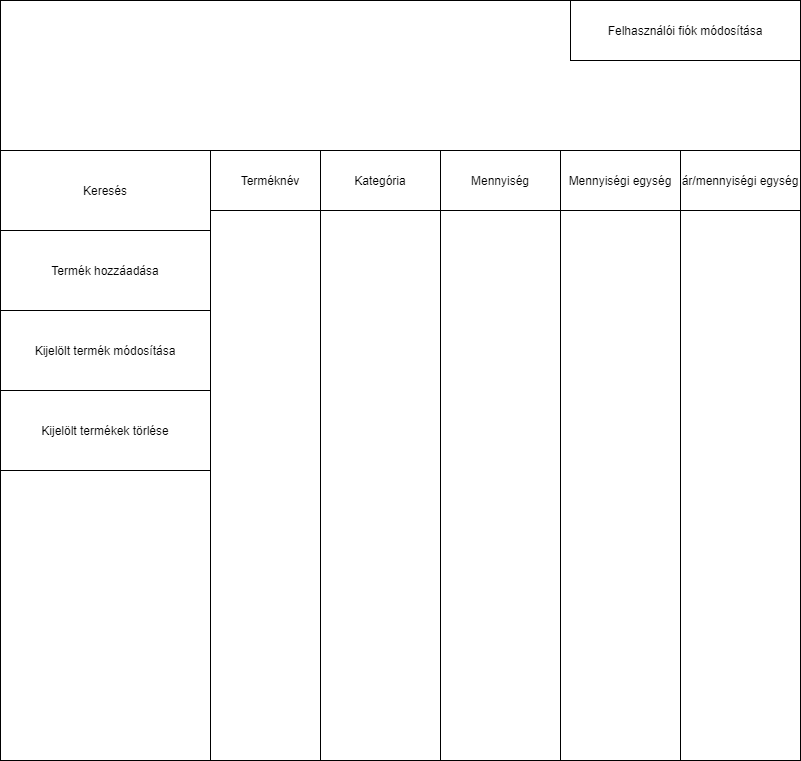
The draw.io diagram pictures/Bejelentkezett Képernyő.drawio.png in utassydenis/AFP2021_1_K0800_Csapat4, before a commit. Source tidied: cells renumbered, new cells last; positions are measured from the earlier drawing's top-left corner, leaving out a move shared by most shapes. Source of this version:
```xml
<mxGraphModel>
  <root>
    <mxCell id="0" />
    <mxCell id="1" parent="0" />
    <mxCell id="2" style="rounded=0;whiteSpace=wrap;html=1;" parent="1" vertex="1">
      <mxGeometry y="150" width="800" height="610" as="geometry" />
    </mxCell>
    <mxCell id="3" value="Terméknév" style="rounded=0;whiteSpace=wrap;html=1;" parent="1" vertex="1">
      <mxGeometry x="210" y="150" width="120" height="60" as="geometry" />
    </mxCell>
    <mxCell id="4" value="Kategória" style="rounded=0;whiteSpace=wrap;html=1;" parent="1" vertex="1">
      <mxGeometry x="320" y="150" width="120" height="60" as="geometry" />
    </mxCell>
    <mxCell id="5" value="Mennyiség" style="rounded=0;whiteSpace=wrap;html=1;" parent="1" vertex="1">
      <mxGeometry x="440" y="150" width="120" height="60" as="geometry" />
    </mxCell>
    <mxCell id="6" value="Mennyiségi egység" style="rounded=0;whiteSpace=wrap;html=1;" parent="1" vertex="1">
      <mxGeometry x="560" y="150" width="120" height="60" as="geometry" />
    </mxCell>
    <mxCell id="7" value="ár/mennyiségi egység" style="rounded=0;whiteSpace=wrap;html=1;" parent="1" vertex="1">
      <mxGeometry x="680" y="150" width="120" height="60" as="geometry" />
    </mxCell>
    <mxCell id="8" style="rounded=0;whiteSpace=wrap;html=1;fontStyle=0;" parent="1" vertex="1">
      <mxGeometry width="800" height="150" as="geometry" />
    </mxCell>
    <mxCell id="9" style="rounded=0;whiteSpace=wrap;html=1;" parent="1" vertex="1">
      <mxGeometry x="210" y="210" width="110" height="550" as="geometry" />
    </mxCell>
    <mxCell id="10" style="rounded=0;whiteSpace=wrap;html=1;" parent="1" vertex="1">
      <mxGeometry x="320" y="210" width="120" height="550" as="geometry" />
    </mxCell>
    <mxCell id="11" style="rounded=0;whiteSpace=wrap;html=1;" parent="1" vertex="1">
      <mxGeometry x="440" y="210" width="120" height="550" as="geometry" />
    </mxCell>
    <mxCell id="12" style="rounded=0;whiteSpace=wrap;html=1;" parent="1" vertex="1">
      <mxGeometry x="560" y="210" width="120" height="550" as="geometry" />
    </mxCell>
    <mxCell id="13" style="rounded=0;whiteSpace=wrap;html=1;" parent="1" vertex="1">
      <mxGeometry x="680" y="210" width="120" height="550" as="geometry" />
    </mxCell>
    <mxCell id="14" value="Keresés" style="rounded=0;whiteSpace=wrap;html=1;" parent="1" vertex="1">
      <mxGeometry y="150" width="210" height="80" as="geometry" />
    </mxCell>
    <mxCell id="15" value="Felhasználói fiók módosítása" style="rounded=0;whiteSpace=wrap;html=1;" parent="1" vertex="1">
      <mxGeometry x="570" width="230" height="60" as="geometry" />
    </mxCell>
    <mxCell id="16" value="Termék hozzáadása" style="rounded=0;whiteSpace=wrap;html=1;" parent="1" vertex="1">
      <mxGeometry y="230" width="210" height="80" as="geometry" />
    </mxCell>
    <mxCell id="17" value="Kijelölt termék módosítása" style="rounded=0;whiteSpace=wrap;html=1;" parent="1" vertex="1">
      <mxGeometry y="310" width="210" height="80" as="geometry" />
    </mxCell>
    <mxCell id="18" value="Kijelölt termékek törlése" style="rounded=0;whiteSpace=wrap;html=1;" parent="1" vertex="1">
      <mxGeometry y="390" width="210" height="80" as="geometry" />
    </mxCell>
  </root>
</mxGraphModel>
```
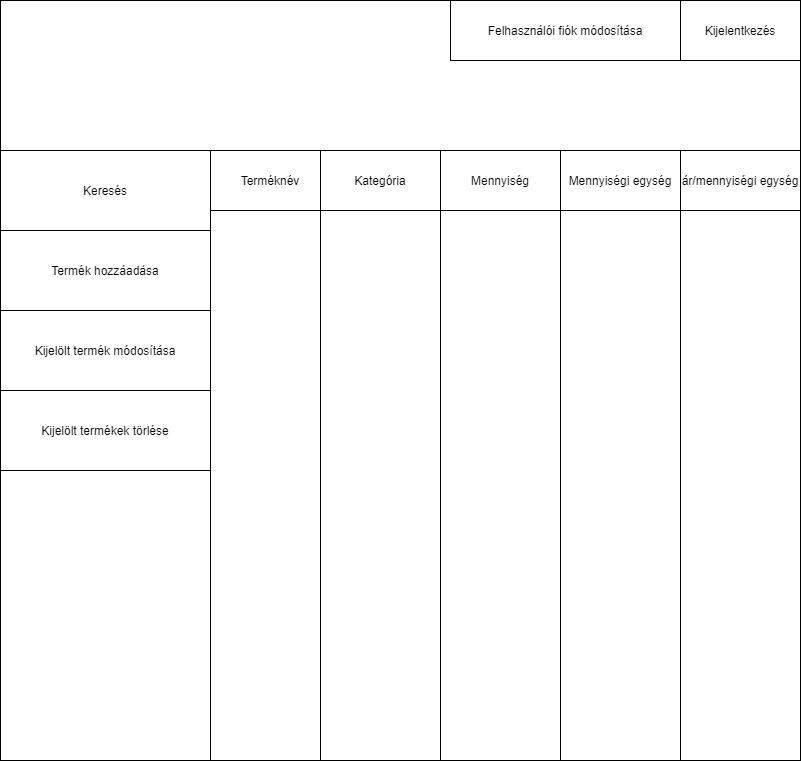
The same diagram one commit later.

Commit message:
Added logout button to the screen view plan to home page when logged in.

Diff of the diagram source:
```diff
@@ -42,7 +42,7 @@
       <mxGeometry y="150" width="210" height="80" as="geometry" />
     </mxCell>
     <mxCell id="15" value="Felhasználói fiók módosítása" style="rounded=0;whiteSpace=wrap;html=1;" parent="1" vertex="1">
-      <mxGeometry x="570" width="230" height="60" as="geometry" />
+      <mxGeometry x="450" width="230" height="60" as="geometry" />
     </mxCell>
     <mxCell id="16" value="Termék hozzáadása" style="rounded=0;whiteSpace=wrap;html=1;" parent="1" vertex="1">
       <mxGeometry y="230" width="210" height="80" as="geometry" />
@@ -53,5 +53,8 @@
     <mxCell id="18" value="Kijelölt termékek törlése" style="rounded=0;whiteSpace=wrap;html=1;" parent="1" vertex="1">
       <mxGeometry y="390" width="210" height="80" as="geometry" />
     </mxCell>
+    <mxCell id="19" value="Kijelentkezés" style="rounded=0;whiteSpace=wrap;html=1;" parent="1" vertex="1">
+      <mxGeometry x="680" width="120" height="60" as="geometry" />
+    </mxCell>
   </root>
 </mxGraphModel>
```
